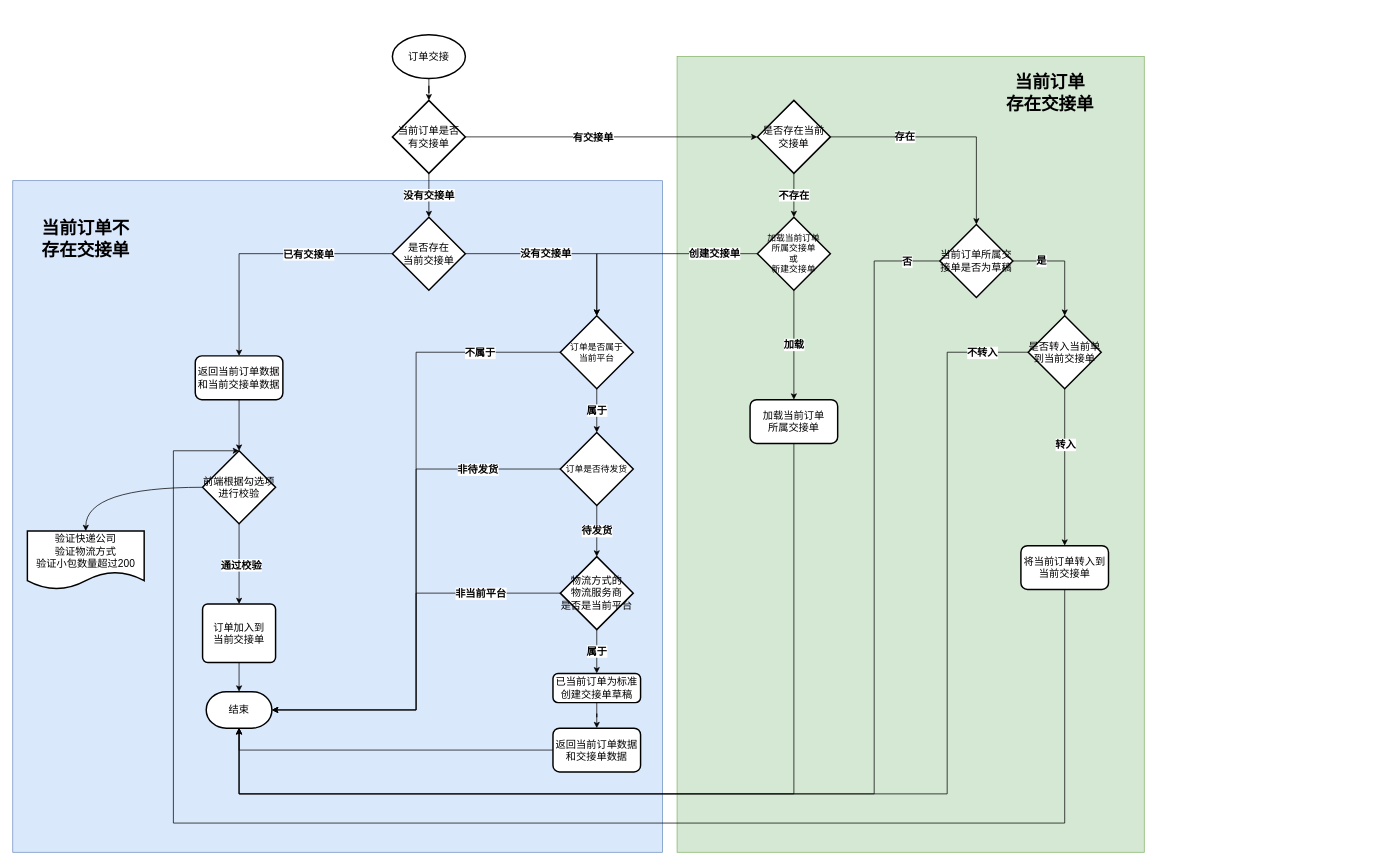
This is longpean/OMS-交接单-创建本地交接单.drawio from GitHeP/diagrams, a draw.io file, before an edit. Source tidied: cells renumbered, new cells numbered last; positions are measured from the earlier drawing's top-left corner, leaving out a move shared by most shapes. Both pictures are drawn from the tidied source at 73%, with x=0, y=0 at pixel (12, 34).
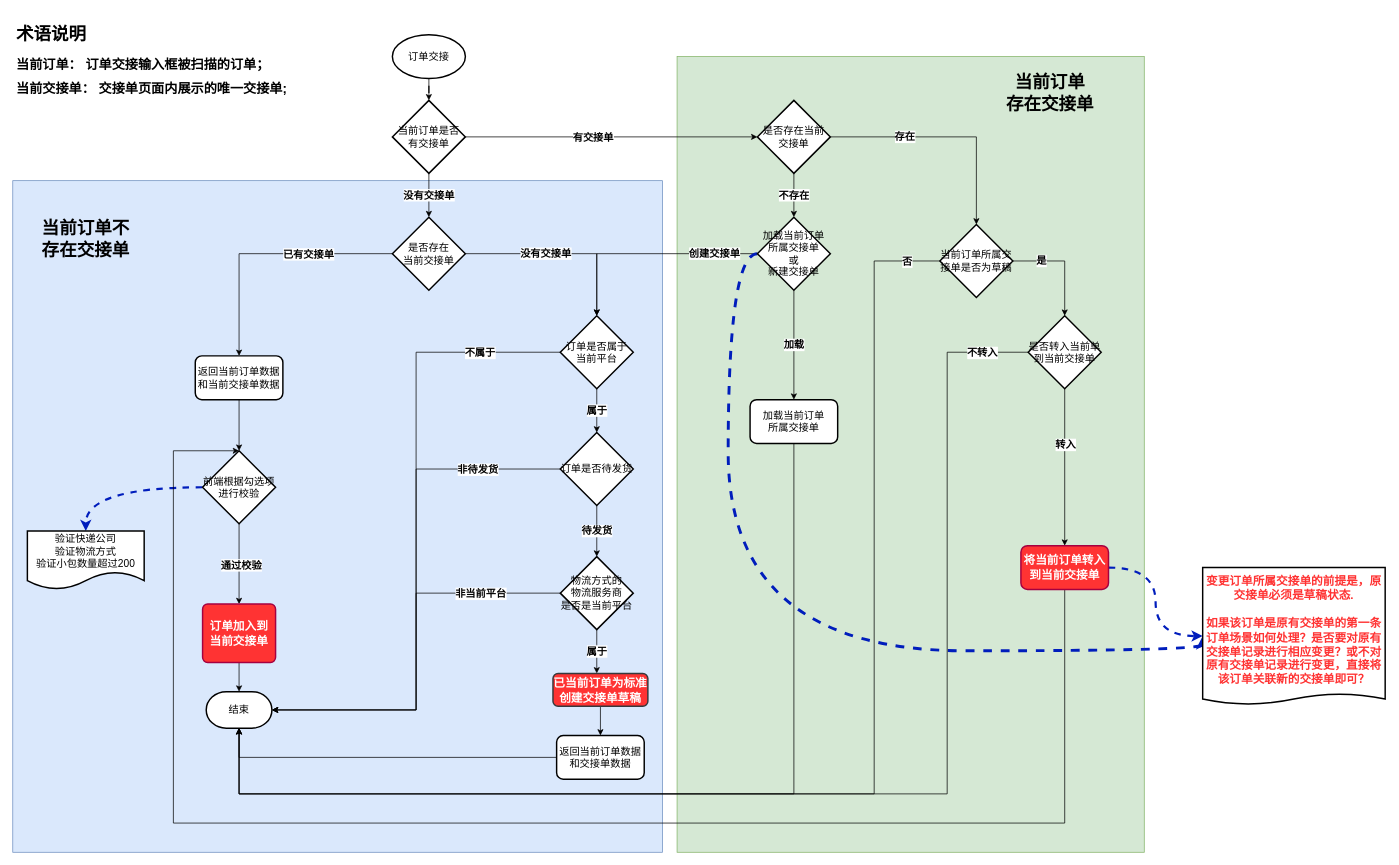
The same page after the edit.

Commit message:
更新OMS-交接单-创建本地交接单.drawio

The change refers to these unchanged cells:
```xml
<mxCell id="30" value="&lt;font style=&quot;font-size: 14px;&quot;&gt;前端根据勾选项&lt;br style=&quot;border-color: var(--border-color);&quot;&gt;进行校验&lt;/font&gt;" style="strokeWidth=2;html=1;shape=mxgraph.flowchart.decision;whiteSpace=wrap;" parent="1" vertex="1">
  <mxGeometry x="260" y="570" width="100" height="100" as="geometry" />
</mxCell>
<mxCell id="33" value="&lt;font style=&quot;font-size: 14px;&quot;&gt;验证快递公司&lt;br&gt;验证物流方式&lt;br&gt;验证小包数量超过200&lt;/font&gt;" style="shape=document;whiteSpace=wrap;html=1;boundedLbl=1;strokeWidth=2;" parent="1" vertex="1">
  <mxGeometry x="20" y="680" width="160" height="80" as="geometry" />
</mxCell>
```

What changed in the source:
```diff
@@
-    <mxCell id="11" value="订单是否属于&lt;br&gt;当前平台" style="strokeWidth=2;html=1;shape=mxgraph.flowchart.decision;whiteSpace=wrap;" parent="1" vertex="1">
+    <mxCell id="11" value="&lt;font style=&quot;font-size: 14px;&quot;&gt;订单是否属于&lt;br&gt;当前平台&lt;/font&gt;" style="strokeWidth=2;html=1;shape=mxgraph.flowchart.decision;whiteSpace=wrap;" parent="1" vertex="1">
       <mxGeometry x="750" y="385" width="100" height="100" as="geometry" />
     </mxCell>
@@
-    <mxCell id="16" value="订单是否待发货" style="strokeWidth=2;html=1;shape=mxgraph.flowchart.decision;whiteSpace=wrap;" parent="1" vertex="1">
+    <mxCell id="16" value="&lt;font style=&quot;font-size: 14px;&quot;&gt;订单是否待发货&lt;/font&gt;" style="strokeWidth=2;html=1;shape=mxgraph.flowchart.decision;whiteSpace=wrap;" parent="1" vertex="1">
       <mxGeometry x="750" y="545" width="100" height="100" as="geometry" />
     </mxCell>
@@
-    <mxCell id="22" value="&lt;font style=&quot;font-size: 14px;&quot;&gt;已当前订单为标准创建交接单草稿&lt;/font&gt;" style="rounded=1;whiteSpace=wrap;html=1;absoluteArcSize=1;arcSize=14;strokeWidth=2;" parent="1" vertex="1">
-      <mxGeometry x="740" y="875" width="120" height="40" as="geometry" />
+    <mxCell id="22" value="&lt;font color=&quot;#ffffff&quot; style=&quot;font-size: 16px;&quot;&gt;&lt;b&gt;已当前订单为标准创建交接单草稿&lt;/b&gt;&lt;/font&gt;" style="rounded=1;whiteSpace=wrap;html=1;absoluteArcSize=1;arcSize=14;strokeWidth=2;fillColor=#FF3333;strokeColor=#36393d;" parent="1" vertex="1">
+      <mxGeometry x="740" y="875" width="130" height="45" as="geometry" />
     </mxCell>
@@
     <mxCell id="26" value="&lt;font style=&quot;font-size: 14px;&quot;&gt;返回当前订单数据&lt;br&gt;和交接单数据&lt;/font&gt;" style="rounded=1;whiteSpace=wrap;html=1;strokeWidth=2;" parent="1" vertex="1">
-      <mxGeometry x="740" y="950" width="120" height="60" as="geometry" />
+      <mxGeometry x="745" y="960" width="120" height="60" as="geometry" />
     </mxCell>
@@
-    <mxCell id="29" style="edgeStyle=orthogonalEdgeStyle;jettySize=auto;html=1;curved=1;" parent="1" edge="1" source="30" target="33">
+    <mxCell id="29" style="edgeStyle=orthogonalEdgeStyle;jettySize=auto;html=1;curved=1;dashed=1;strokeWidth=3;fillColor=#0050ef;strokeColor=#001DBC;" parent="1" edge="1" source="30" target="33">
       <mxGeometry relative="1" as="geometry" />
     </mxCell>
@@
-    <mxCell id="32" value="&lt;font style=&quot;font-size: 14px;&quot;&gt;订单加入到&lt;br&gt;当前交接单&lt;/font&gt;" style="rounded=1;whiteSpace=wrap;html=1;absoluteArcSize=1;arcSize=14;strokeWidth=2;" parent="1" vertex="1">
+    <mxCell id="32" value="&lt;font style=&quot;font-size: 16px;&quot;&gt;&lt;b&gt;订单加入到&lt;br&gt;当前交接单&lt;/b&gt;&lt;/font&gt;" style="rounded=1;whiteSpace=wrap;html=1;absoluteArcSize=1;arcSize=14;strokeWidth=2;fillColor=#FF3333;strokeColor=#A50040;fontColor=#ffffff;" parent="1" vertex="1">
       <mxGeometry x="260" y="780" width="100" height="80" as="geometry" />
     </mxCell>
@@
+    <mxCell id="61" style="edgeStyle=orthogonalEdgeStyle;jettySize=auto;html=1;entryX=0;entryY=0.5;entryDx=0;entryDy=0;curved=1;dashed=1;fillColor=#0050ef;strokeColor=#001DBC;strokeWidth=4;exitX=0;exitY=0.5;exitDx=0;exitDy=0;exitPerimeter=0;" parent="1" edge="1" source="43" target="63">
+      <mxGeometry relative="1" as="geometry">
+        <Array as="points">
+          <mxPoint x="980" y="300" />
+          <mxPoint x="980" y="844" />
+        </Array>
+      </mxGeometry>
+    </mxCell>
-    <mxCell id="43" value="加载当前订单&lt;br&gt;所属交接单&lt;br&gt;或&lt;br&gt;新建交接单" style="strokeWidth=2;html=1;shape=mxgraph.flowchart.decision;whiteSpace=wrap;" parent="1" vertex="1">
+    <mxCell id="43" value="&lt;font style=&quot;font-size: 14px;&quot;&gt;加载当前订单&lt;br&gt;所属交接单&lt;br&gt;或&lt;br&gt;新建交接单&lt;/font&gt;" style="strokeWidth=2;html=1;shape=mxgraph.flowchart.decision;whiteSpace=wrap;" parent="1" vertex="1">
       <mxGeometry x="1020" y="250" width="100" height="100" as="geometry" />
     </mxCell>
@@
+    <mxCell id="62" style="edgeStyle=orthogonalEdgeStyle;jettySize=auto;html=1;curved=1;dashed=1;fillColor=#0050ef;strokeColor=#001DBC;strokeWidth=3;" parent="1" edge="1" source="56" target="63">
+      <mxGeometry relative="1" as="geometry" />
+    </mxCell>
-    <mxCell id="56" value="&lt;font style=&quot;font-size: 14px;&quot;&gt;将当前订单转入到&lt;br&gt;当前交接单&lt;/font&gt;" style="rounded=1;whiteSpace=wrap;html=1;strokeWidth=2;" parent="1" vertex="1">
+    <mxCell id="56" value="&lt;font style=&quot;font-size: 16px;&quot;&gt;&lt;b&gt;将当前订单转入到当前交接单&lt;/b&gt;&lt;/font&gt;" style="rounded=1;whiteSpace=wrap;html=1;strokeWidth=2;fillColor=#FF3333;strokeColor=#A50040;fontColor=#ffffff;fillStyle=auto;gradientColor=none;" parent="1" vertex="1">
       <mxGeometry x="1381" y="700" width="120" height="60" as="geometry" />
     </mxCell>
@@
+    <mxCell id="63" value="&lt;font color=&quot;#ff3333&quot; style=&quot;font-size: 16px;&quot;&gt;&lt;b style=&quot;&quot;&gt;变更订单所属交接单的前提是，原交接单必须是草稿状态.&lt;br&gt;&lt;br&gt;如果该订单是原有交接单的第一条订单场景如何处理？是否要对原有交接单记录进行相应变更？或不对原有交接单记录进行变更，直接将该订单关联新的交接单即可？&lt;/b&gt;&lt;/font&gt;" style="shape=document;whiteSpace=wrap;html=1;boundedLbl=1;rounded=1;strokeWidth=2;size=0.07894736842105263;" parent="1" vertex="1">
+      <mxGeometry x="1630" y="730" width="250" height="187.5" as="geometry" />
+    </mxCell>
+    <mxCell id="64" value="&lt;h1&gt;术语说明&lt;/h1&gt;&lt;p&gt;&lt;font style=&quot;font-size: 18px;&quot;&gt;&lt;b style=&quot;&quot;&gt;当前订单： 订单交接输入框被扫描的订单；&lt;/b&gt;&lt;/font&gt;&lt;/p&gt;&lt;p&gt;&lt;font style=&quot;font-size: 18px;&quot;&gt;&lt;b&gt;当前交接单： 交接单页面内展示的唯一交接单;&lt;/b&gt;&lt;/font&gt;&lt;/p&gt;" style="text;html=1;strokeColor=none;fillColor=none;spacing=5;spacingTop=-20;whiteSpace=wrap;overflow=hidden;rounded=0;" parent="1" vertex="1">
+      <mxGeometry y="-20" width="400" height="130" as="geometry" />
+    </mxCell>
```
